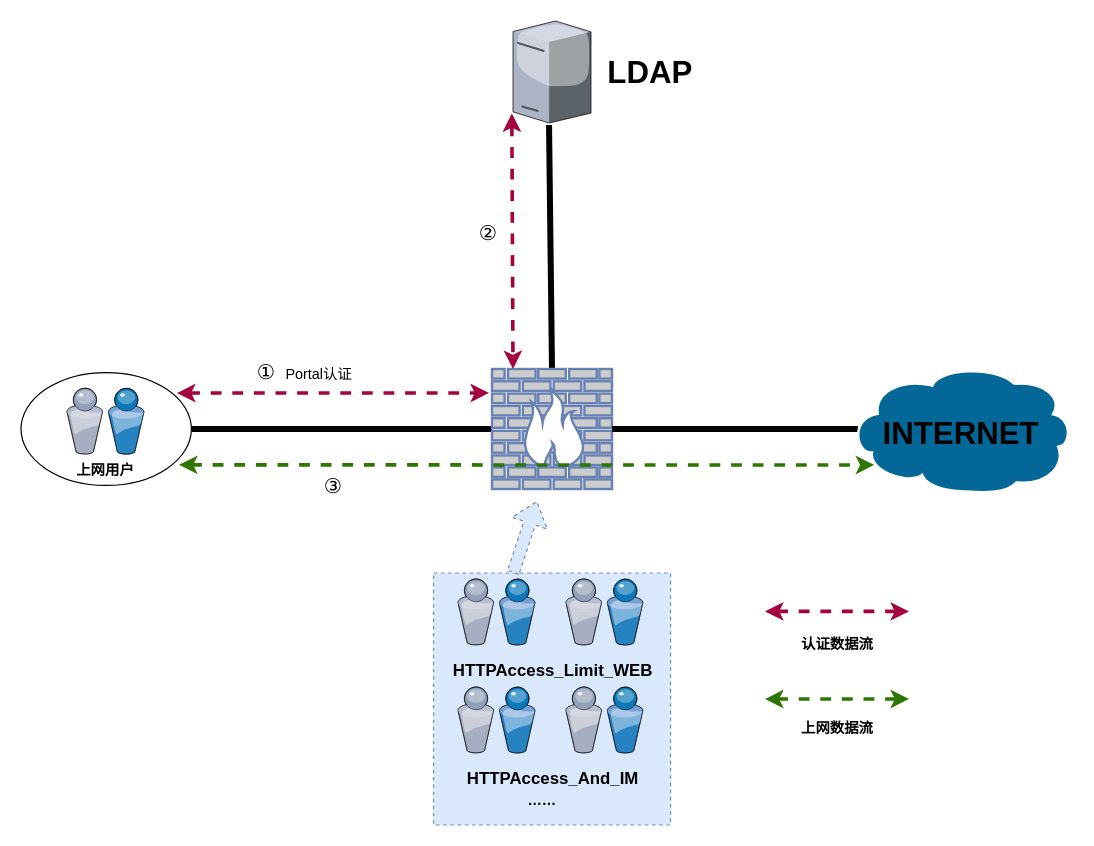
The draw.io diagram Untitled Diagram.drawio in blacksoilzz/hello-world, before the edit. Source tidied: cells renumbered, new cells numbered last; positions are measured from the earlier drawing's top-left corner, leaving out a move shared by most shapes. Both pictures are drawn from the tidied source at 120%, with x=0, y=0 at pixel (20, 20).
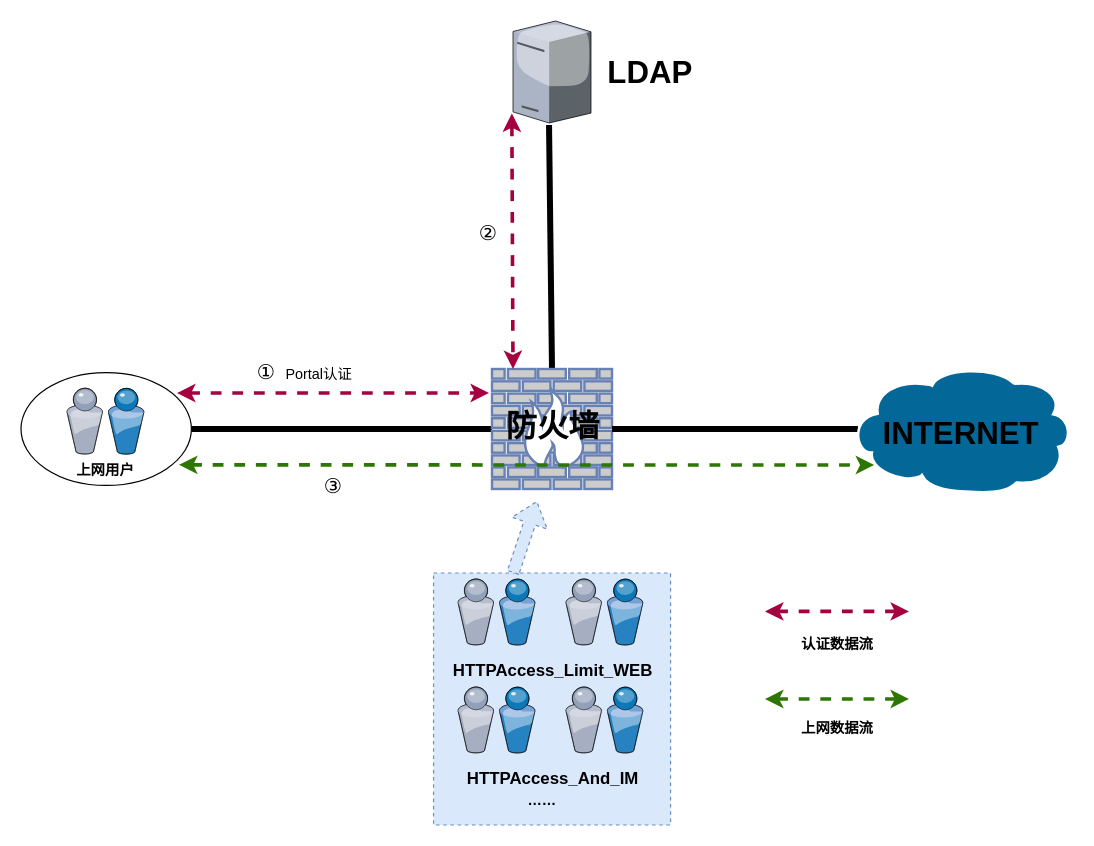
Above is the later version.

Change to the diagram source:
```diff
@@
+    <mxCell id="33" value="防火墙" style="text;html=1;align=center;verticalAlign=middle;fillColor=none;strokeColor=none;rounded=0;fontStyle=1;fontSize=26;" parent="1" vertex="1">
+      <mxGeometry x="399" y="320" width="88" height="35" as="geometry" />
+    </mxCell>
```
